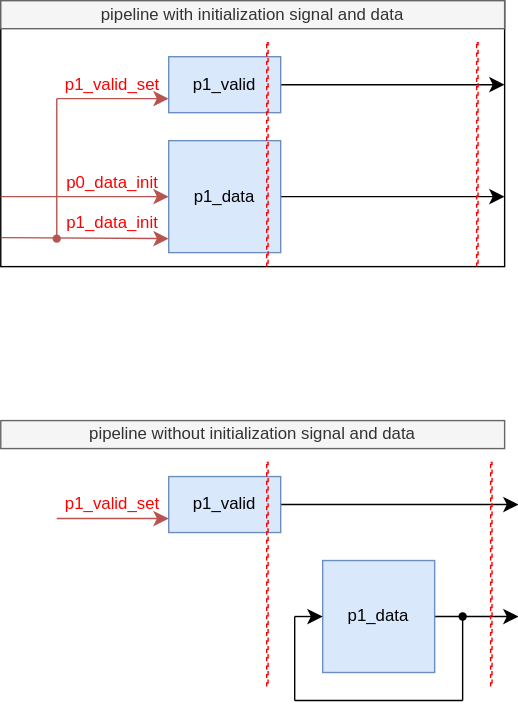
This is de/v_rule/include/pipeline_init.svg from jnjnliwenjie0022/obs, a draw.io export, as it was before one commit. Source tidied: cells renumbered, new cells last; positions are measured from the earlier drawing's top-left corner, leaving out a move shared by most shapes.
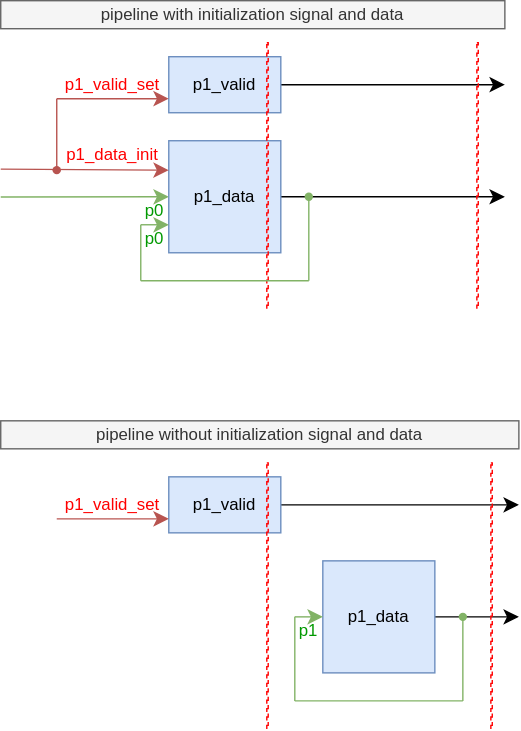
Later version of the same file.

Commit message:
vault backup: 2025-05-04 17:32:27

Diff of the diagram source:
```diff
@@ -2,9 +2,6 @@
   <root>
     <mxCell id="0" />
     <mxCell id="1" parent="0" />
-    <mxCell id="2" style="whiteSpace=wrap;html=1;rotation=0;rounded=0;" parent="1" vertex="1">
-      <mxGeometry width="360" height="190" as="geometry" />
-    </mxCell>
     <mxCell id="3" style="edgeStyle=none;curved=1;rounded=0;jettySize=auto;html=1;fontSize=12;startSize=8;endSize=8;" parent="1" edge="1" source="4">
       <mxGeometry relative="1" as="geometry">
         <mxPoint x="360" y="60" as="targetPoint" />
@@ -18,25 +15,25 @@
         <mxPoint x="360" y="140" as="targetPoint" />
       </mxGeometry>
     </mxCell>
-    <mxCell id="6" style="edgeStyle=none;curved=1;rounded=0;jettySize=auto;html=1;exitX=0;exitY=0.5;exitDx=0;exitDy=0;fontSize=12;startSize=8;endSize=8;entryX=0;entryY=0.5;entryDx=0;entryDy=0;fillColor=#f8cecc;strokeColor=#b85450;" parent="1" edge="1" target="7">
-      <mxGeometry relative="1" as="geometry">
-        <mxPoint y="140" as="sourcePoint" />
-      </mxGeometry>
-    </mxCell>
+    <mxCell id="32" style="edgeStyle=none;curved=1;rounded=0;jettySize=auto;html=1;exitX=0;exitY=0.5;exitDx=0;exitDy=0;fontSize=12;startSize=8;endSize=8;entryX=0;entryY=0.5;entryDx=0;entryDy=0;fillColor=#d5e8d4;strokeColor=#82b366;" parent="1" edge="1" target="7">
+      <mxGeometry relative="1" as="geometry">
+        <mxPoint y="140.2" as="sourcePoint" />
+      </mxGeometry>
+    </mxCell>
     <mxCell id="7" value="p1_data" style="whiteSpace=wrap;html=1;rotation=0;fillColor=#dae8fc;strokeColor=#6c8ebf;points=[[0,0],[0,0.1],[0,0.2],[0,0.3],[0,0.4],[0,0.5],[0,0.6],[0,0.7],[0,0.8],[0,0.9],[0,1],[0.1,0],[0.2,0],[0.3,0],[0.4,0],[0.5,0],[0.6,0],[0.7,0],[0.8,0],[0.9,0],[1,0],[1,0.1],[1,0.2],[1,0.3],[1,0.4],[1,0.5],[1,0.6],[1,0.7],[1,0.8],[1,0.9],[0.1,1],[0.2,1],[0.3,1],[0.4,1],[0.5,1],[0.6,1],[0.7,1],[0.8,1],[0.9,1],[1,1]];rounded=0;" parent="1" vertex="1">
       <mxGeometry x="120" y="100" width="80" height="80" as="geometry" />
     </mxCell>
     <mxCell id="8" style="whiteSpace=wrap;html=1;rotation=0;rounded=0;dashed=1;fillColor=none;strokeColor=#FF0000;" parent="1" vertex="1">
-      <mxGeometry x="190" y="30" width="1" height="160" as="geometry" />
+      <mxGeometry x="190" y="30" width="1" height="190" as="geometry" />
     </mxCell>
     <mxCell id="9" style="edgeStyle=none;curved=1;rounded=0;orthogonalLoop=1;jettySize=auto;html=1;fontSize=12;startSize=8;endSize=8;fillColor=#f8cecc;strokeColor=#b85450;" parent="1" edge="1">
       <mxGeometry relative="1" as="geometry">
-        <mxPoint y="169.2" as="sourcePoint" />
-        <mxPoint x="120" y="170" as="targetPoint" />
+        <mxPoint y="120.2" as="sourcePoint" />
+        <mxPoint x="120" y="121" as="targetPoint" />
       </mxGeometry>
     </mxCell>
     <mxCell id="10" style="shape=waypoint;sketch=0;size=6;points=[];fillColor=#f8cecc;perimeter=centerPerimeter;snapToPoint=1;strokeColor=#b85450;" parent="1" vertex="1">
-      <mxGeometry x="30" y="160" width="20" height="20" as="geometry" />
+      <mxGeometry x="30" y="111" width="20" height="20" as="geometry" />
     </mxCell>
     <mxCell id="11" style="edgeStyle=none;curved=1;rounded=0;orthogonalLoop=1;jettySize=auto;html=1;fontSize=12;startSize=8;endSize=8;fillColor=#f8cecc;strokeColor=#b85450;" parent="1" edge="1">
       <mxGeometry relative="1" as="geometry">
@@ -48,7 +45,7 @@
       <mxGeometry relative="1" as="geometry" />
     </mxCell>
     <mxCell id="13" value="&lt;font color=&quot;#ff0000&quot;&gt;p1_data_init&lt;/font&gt;" style="whiteSpace=wrap;html=1;rotation=0;rounded=0;strokeColor=none;fillColor=none;" parent="1" vertex="1">
-      <mxGeometry x="40" y="149" width="80" height="20" as="geometry" />
+      <mxGeometry x="40" y="100" width="80" height="20" as="geometry" />
     </mxCell>
     <mxCell id="14" value="&lt;font color=&quot;#ff0000&quot;&gt;p1_valid_set&lt;/font&gt;" style="whiteSpace=wrap;html=1;rotation=0;points=[[0,0],[0,0.1],[0,0.2],[0,0.3],[0,0.4],[0,0.5],[0,0.6],[0,0.7],[0,0.8],[0,0.9],[0,1],[0.1,0],[0.2,0],[0.3,0],[0.4,0],[0.5,0],[0.6,0],[0.7,0],[0.8,0],[0.9,0],[1,0],[1,0.1],[1,0.2],[1,0.3],[1,0.4],[1,0.5],[1,0.6],[1,0.7],[1,0.8],[1,0.9],[0.1,1],[0.2,1],[0.3,1],[0.4,1],[0.5,1],[0.6,1],[0.7,1],[0.8,1],[0.9,1],[1,1]];rounded=0;strokeColor=none;fillColor=none;" parent="1" vertex="1">
       <mxGeometry x="40" y="50" width="80" height="20" as="geometry" />
@@ -70,7 +67,7 @@
       <mxGeometry x="230" y="400" width="80" height="80" as="geometry" />
     </mxCell>
     <mxCell id="19" style="whiteSpace=wrap;html=1;rotation=0;rounded=0;dashed=1;fillColor=none;strokeColor=#FF0000;" parent="1" vertex="1">
-      <mxGeometry x="190" y="330" width="1" height="160" as="geometry" />
+      <mxGeometry x="190" y="330" width="1" height="190" as="geometry" />
     </mxCell>
     <mxCell id="20" style="edgeStyle=none;curved=1;rounded=0;orthogonalLoop=1;jettySize=auto;html=1;fontSize=12;startSize=8;endSize=8;fillColor=#f8cecc;strokeColor=#b85450;" parent="1" edge="1">
       <mxGeometry relative="1" as="geometry">
@@ -85,41 +82,73 @@
       <mxGeometry width="360" height="20" as="geometry" />
     </mxCell>
     <mxCell id="23" value="pipeline without initialization signal and data" style="whiteSpace=wrap;html=1;rotation=0;rounded=0;fillColor=#f5f5f5;fontColor=#333333;strokeColor=#666666;" parent="1" vertex="1">
-      <mxGeometry y="300" width="360" height="20" as="geometry" />
+      <mxGeometry y="300" width="370" height="20" as="geometry" />
     </mxCell>
     <mxCell id="24" style="whiteSpace=wrap;html=1;rotation=0;rounded=0;dashed=1;fillColor=none;strokeColor=#FF0000;" parent="1" vertex="1">
-      <mxGeometry x="340" y="30" width="1" height="160" as="geometry" />
+      <mxGeometry x="340" y="30" width="1" height="190" as="geometry" />
     </mxCell>
     <mxCell id="25" style="whiteSpace=wrap;html=1;rotation=0;rounded=0;dashed=1;fillColor=none;strokeColor=#FF0000;" parent="1" vertex="1">
-      <mxGeometry x="350" y="330" width="1" height="160" as="geometry" />
+      <mxGeometry x="350" y="330" width="1" height="190" as="geometry" />
     </mxCell>
-    <mxCell id="26" value="&lt;font color=&quot;#ff0000&quot;&gt;p0_data_init&lt;/font&gt;" style="whiteSpace=wrap;html=1;rotation=0;rounded=0;strokeColor=none;fillColor=none;" parent="1" vertex="1">
-      <mxGeometry x="40" y="120" width="80" height="20" as="geometry" />
-    </mxCell>
-    <mxCell id="27" style="edgeStyle=none;curved=1;rounded=0;jettySize=auto;html=1;fontSize=12;startSize=8;endSize=8;endArrow=none;endFill=0;" parent="1" edge="1" source="28">
+    <mxCell id="27" style="edgeStyle=none;curved=1;rounded=0;jettySize=auto;html=1;fontSize=12;startSize=8;endSize=8;endArrow=none;endFill=0;fillColor=#d5e8d4;strokeColor=#82b366;" parent="1" edge="1" source="28">
       <mxGeometry relative="1" as="geometry">
         <mxPoint x="330" y="500" as="targetPoint" />
       </mxGeometry>
     </mxCell>
-    <mxCell id="28" style="shape=waypoint;sketch=0;size=6;points=[];fillColor=none;perimeter=centerPerimeter;snapToPoint=1;" parent="1" vertex="1">
+    <mxCell id="28" style="shape=waypoint;sketch=0;size=6;points=[];fillColor=#d5e8d4;perimeter=centerPerimeter;snapToPoint=1;strokeColor=#82b366;" parent="1" vertex="1">
       <mxGeometry x="320" y="430" width="20" height="20" as="geometry" />
     </mxCell>
-    <mxCell id="29" style="edgeStyle=none;curved=1;rounded=0;jettySize=auto;html=1;entryX=0;entryY=0.5;entryDx=0;entryDy=0;fontSize=12;startSize=8;endSize=8;" parent="1" edge="1" target="18">
+    <mxCell id="29" style="edgeStyle=none;curved=1;rounded=0;jettySize=auto;html=1;entryX=0;entryY=0.5;entryDx=0;entryDy=0;fontSize=12;startSize=8;endSize=8;fillColor=#d5e8d4;strokeColor=#82b366;" parent="1" edge="1" target="18">
       <mxGeometry relative="1" as="geometry">
         <mxPoint x="210" y="440" as="sourcePoint" />
       </mxGeometry>
     </mxCell>
-    <mxCell id="30" style="edgeStyle=none;curved=1;rounded=0;orthogonalLoop=1;jettySize=auto;html=1;entryX=1.017;entryY=0.6;entryDx=0;entryDy=0;entryPerimeter=0;fontSize=12;startSize=8;endSize=8;endArrow=none;endFill=0;" parent="1" edge="1">
+    <mxCell id="30" style="edgeStyle=none;curved=1;rounded=0;orthogonalLoop=1;jettySize=auto;html=1;entryX=1.017;entryY=0.6;entryDx=0;entryDy=0;entryPerimeter=0;fontSize=12;startSize=8;endSize=8;endArrow=none;endFill=0;fillColor=#d5e8d4;strokeColor=#82b366;" parent="1" edge="1">
       <mxGeometry relative="1" as="geometry">
         <mxPoint x="330" y="500" as="sourcePoint" />
         <mxPoint x="210" y="500" as="targetPoint" />
       </mxGeometry>
     </mxCell>
-    <mxCell id="31" style="edgeStyle=none;curved=1;rounded=0;orthogonalLoop=1;jettySize=auto;html=1;entryX=0.439;entryY=0.711;entryDx=0;entryDy=0;entryPerimeter=0;fontSize=12;startSize=8;endSize=8;endArrow=none;endFill=0;" parent="1" edge="1">
+    <mxCell id="31" style="edgeStyle=none;curved=1;rounded=0;orthogonalLoop=1;jettySize=auto;html=1;entryX=0.439;entryY=0.711;entryDx=0;entryDy=0;entryPerimeter=0;fontSize=12;startSize=8;endSize=8;endArrow=none;endFill=0;fillColor=#d5e8d4;strokeColor=#82b366;" parent="1" edge="1">
       <mxGeometry relative="1" as="geometry">
         <mxPoint x="210" y="500" as="sourcePoint" />
         <mxPoint x="210" y="440" as="targetPoint" />
       </mxGeometry>
     </mxCell>
+    <mxCell id="33" style="edgeStyle=none;curved=1;rounded=0;orthogonalLoop=1;jettySize=auto;html=1;fontSize=12;startSize=8;endSize=8;fillColor=#d5e8d4;strokeColor=#82b366;" parent="1" edge="1">
+      <mxGeometry relative="1" as="geometry">
+        <mxPoint x="100" y="160" as="sourcePoint" />
+        <mxPoint x="120" y="160" as="targetPoint" />
+      </mxGeometry>
+    </mxCell>
+    <mxCell id="34" style="shape=waypoint;sketch=0;size=6;points=[];fillColor=#d5e8d4;perimeter=centerPerimeter;snapToPoint=1;strokeColor=#82b366;" parent="1" vertex="1">
+      <mxGeometry x="210" y="130" width="20" height="20" as="geometry" />
+    </mxCell>
+    <mxCell id="35" style="edgeStyle=none;curved=1;rounded=0;orthogonalLoop=1;jettySize=auto;html=1;fontSize=12;startSize=8;endSize=8;endArrow=none;endFill=0;fillColor=#d5e8d4;strokeColor=#82b366;" parent="1" edge="1">
+      <mxGeometry relative="1" as="geometry">
+        <mxPoint x="220" y="200" as="sourcePoint" />
+        <mxPoint x="100" y="200" as="targetPoint" />
+      </mxGeometry>
+    </mxCell>
+    <mxCell id="36" style="edgeStyle=none;curved=1;rounded=0;jettySize=auto;html=1;entryX=0.707;entryY=0.417;entryDx=0;entryDy=0;entryPerimeter=0;fontSize=12;startSize=8;endSize=8;endArrow=none;endFill=0;fillColor=#d5e8d4;strokeColor=#82b366;" parent="1" edge="1" source="34">
+      <mxGeometry relative="1" as="geometry">
+        <mxPoint x="220" y="200" as="targetPoint" />
+      </mxGeometry>
+    </mxCell>
+    <mxCell id="37" style="edgeStyle=none;curved=1;rounded=0;orthogonalLoop=1;jettySize=auto;html=1;entryX=0.387;entryY=0.923;entryDx=0;entryDy=0;entryPerimeter=0;fontSize=12;startSize=8;endSize=8;endArrow=none;endFill=0;fillColor=#d5e8d4;strokeColor=#82b366;" parent="1" edge="1">
+      <mxGeometry relative="1" as="geometry">
+        <mxPoint x="100" y="200" as="sourcePoint" />
+        <mxPoint x="100" y="160" as="targetPoint" />
+      </mxGeometry>
+    </mxCell>
+    <mxCell id="38" value="&lt;font color=&quot;#009900&quot;&gt;p0&lt;/font&gt;" style="whiteSpace=wrap;html=1;rotation=0;rounded=0;strokeColor=none;fillColor=none;" parent="1" vertex="1">
+      <mxGeometry x="100" y="160" width="20" height="20" as="geometry" />
+    </mxCell>
+    <mxCell id="39" value="&lt;font color=&quot;#009900&quot;&gt;p0&lt;/font&gt;" style="whiteSpace=wrap;html=1;rotation=0;rounded=0;strokeColor=none;fillColor=none;" parent="1" vertex="1">
+      <mxGeometry x="100" y="140" width="20" height="20" as="geometry" />
+    </mxCell>
+    <mxCell id="40" value="&lt;font color=&quot;#009900&quot;&gt;p1&lt;/font&gt;" style="whiteSpace=wrap;html=1;rotation=0;rounded=0;strokeColor=none;fillColor=none;" parent="1" vertex="1">
+      <mxGeometry x="210" y="440" width="20" height="20" as="geometry" />
+    </mxCell>
   </root>
 </mxGraphModel>
```
